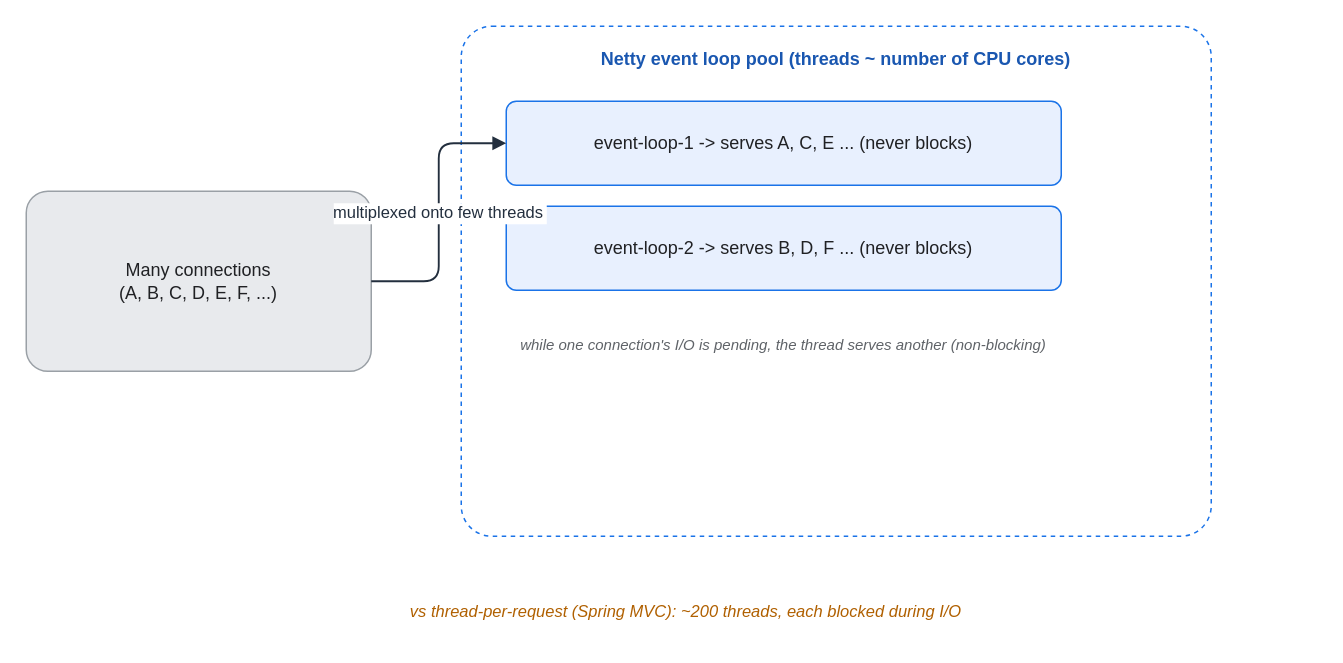
KKamJi98/kkamji98.github.io keeps this draw.io diagram as assets/img/spring/spring-11-webflux-event-loop.drawio. Above is the earlier version. Source tidied: cells renumbered, new cells numbered last; positions are measured from the earlier drawing's top-left corner, leaving out a move shared by most shapes. Both pictures are drawn from the tidied source at 150%, with x=0, y=0 at pixel (26, 26).
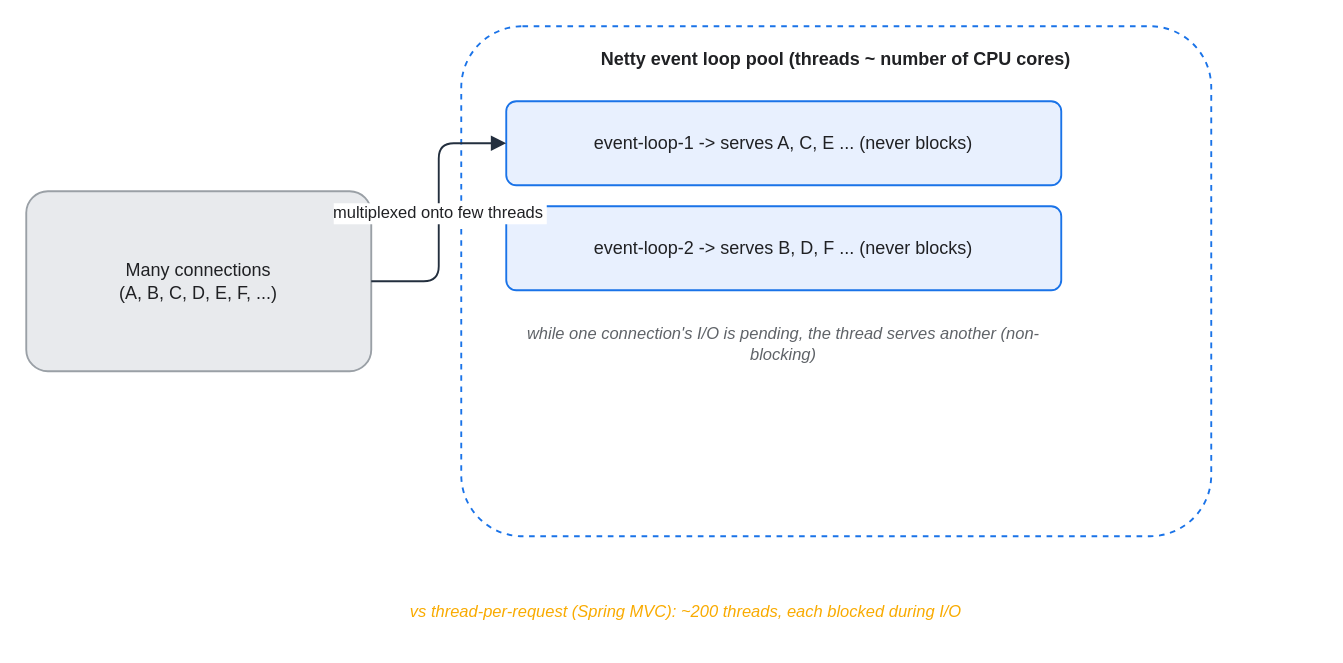
Above is the later version.

Diff of the diagram source:
```diff
@@
 <mxGraphModel background="#FFFFFF">
   <root>
     <mxCell id="0" />
     <mxCell id="1" parent="0" />
-    <mxCell id="2" value="Many connections&#10;(A, B, C, D, E, F, ...)" style="rounded=1;whiteSpace=wrap;html=0;arcSize=12;shadow=0;fillColor=#E8EAED;strokeColor=#9AA0A6;fontColor=#202124;" parent="1" vertex="1">
+    <mxCell id="2" value="Many connections&#10;(A, B, C, D, E, F, ...)" style="rounded=1;whiteSpace=wrap;html=0;arcSize=12;shadow=0;fillColor=#E8EAED;strokeColor=#9AA0A6;fontColor=#202124;strokeWidth=1.25;" parent="1" vertex="1">
       <mxGeometry y="110" width="230" height="120" as="geometry" />
     </mxCell>
-    <mxCell id="3" value="Netty event loop pool (threads ~ number of CPU cores)" style="rounded=1;whiteSpace=wrap;html=0;arcSize=6;shadow=0;fillColor=#FFFFFF;strokeColor=#1A73E8;fontColor=#1A57B0;fontStyle=1;verticalAlign=top;align=center;dashed=1;spacingTop=8;" parent="1" vertex="1">
+    <mxCell id="3" value="Netty event loop pool (threads ~ number of CPU cores)" style="rounded=1;whiteSpace=wrap;html=0;arcSize=12;shadow=0;fillColor=#FFFFFF;strokeColor=#1A73E8;fontColor=#202124;fontStyle=1;verticalAlign=top;align=center;dashed=1;spacingTop=8;strokeWidth=1.25;" parent="1" vertex="1">
       <mxGeometry x="290" width="500" height="340" as="geometry" />
     </mxCell>
-    <mxCell id="4" value="event-loop-1  -&gt;  serves A, C, E ...  (never blocks)" style="rounded=1;whiteSpace=wrap;html=0;arcSize=12;shadow=0;fillColor=#E8F0FE;strokeColor=#1A73E8;fontColor=#202124;" parent="1" vertex="1">
+    <mxCell id="4" value="event-loop-1  -&gt;  serves A, C, E ...  (never blocks)" style="rounded=1;whiteSpace=wrap;html=0;arcSize=12;shadow=0;fillColor=#E8F0FE;strokeColor=#1A73E8;fontColor=#202124;strokeWidth=1.25;" parent="1" vertex="1">
       <mxGeometry x="320" y="50" width="370" height="56" as="geometry" />
     </mxCell>
-    <mxCell id="5" value="event-loop-2  -&gt;  serves B, D, F ...  (never blocks)" style="rounded=1;whiteSpace=wrap;html=0;arcSize=12;shadow=0;fillColor=#E8F0FE;strokeColor=#1A73E8;fontColor=#202124;" parent="1" vertex="1">
+    <mxCell id="5" value="event-loop-2  -&gt;  serves B, D, F ...  (never blocks)" style="rounded=1;whiteSpace=wrap;html=0;arcSize=12;shadow=0;fillColor=#E8F0FE;strokeColor=#1A73E8;fontColor=#202124;strokeWidth=1.25;" parent="1" vertex="1">
       <mxGeometry x="320" y="120" width="370" height="56" as="geometry" />
     </mxCell>
-    <mxCell id="6" value="while one connection's I/O is pending, the thread serves another (non-blocking)" style="text;html=0;align=center;verticalAlign=middle;whiteSpace=wrap;fontSize=10;fontColor=#5F6368;fontStyle=2;" parent="1" vertex="1">
+    <mxCell id="6" value="while one connection's I/O is pending, the thread serves another (non-blocking)" style="text;html=0;align=center;verticalAlign=middle;whiteSpace=wrap;fontSize=11;fontColor=#5F6368;fontStyle=2;" parent="1" vertex="1">
       <mxGeometry x="320" y="192" width="370" height="40" as="geometry" />
     </mxCell>
-    <mxCell id="7" value="vs thread-per-request (Spring MVC): ~200 threads, each blocked during I/O" style="text;html=0;align=center;verticalAlign=middle;whiteSpace=wrap;fontSize=11;fontColor=#B06000;fontStyle=2;" parent="1" vertex="1">
+    <mxCell id="7" value="vs thread-per-request (Spring MVC): ~200 threads, each blocked during I/O" style="text;html=0;align=center;verticalAlign=middle;whiteSpace=wrap;fontSize=11;fontColor=#F9AB00;fontStyle=2;" parent="1" vertex="1">
       <mxGeometry x="20" y="372" width="840" height="35" as="geometry" />
     </mxCell>
-    <mxCell id="8" value="multiplexed onto few threads" style="edgeStyle=orthogonalEdgeStyle;rounded=1;html=0;fontColor=#232F3E;strokeColor=#232F3E;labelBackgroundColor=#FFFFFF;endArrow=block;exitX=1;exitY=0.5;exitDx=0;exitDy=0;entryX=0;entryY=0.5;entryDx=0;entryDy=0;strokeWidth=1.25;" parent="1" edge="1" source="2" target="4">
+    <mxCell id="8" value="multiplexed onto few threads" style="edgeStyle=orthogonalEdgeStyle;rounded=1;html=0;fontColor=#202124;strokeColor=#232F3E;labelBackgroundColor=#FFFFFF;endArrow=block;exitX=1;exitY=0.5;exitDx=0;exitDy=0;entryX=0;entryY=0.5;entryDx=0;entryDy=0;strokeWidth=1.25;endSize=7;" parent="1" edge="1" source="2" target="4">
       <mxGeometry relative="1" as="geometry" />
     </mxCell>
   </root>
 </mxGraphModel>
```
